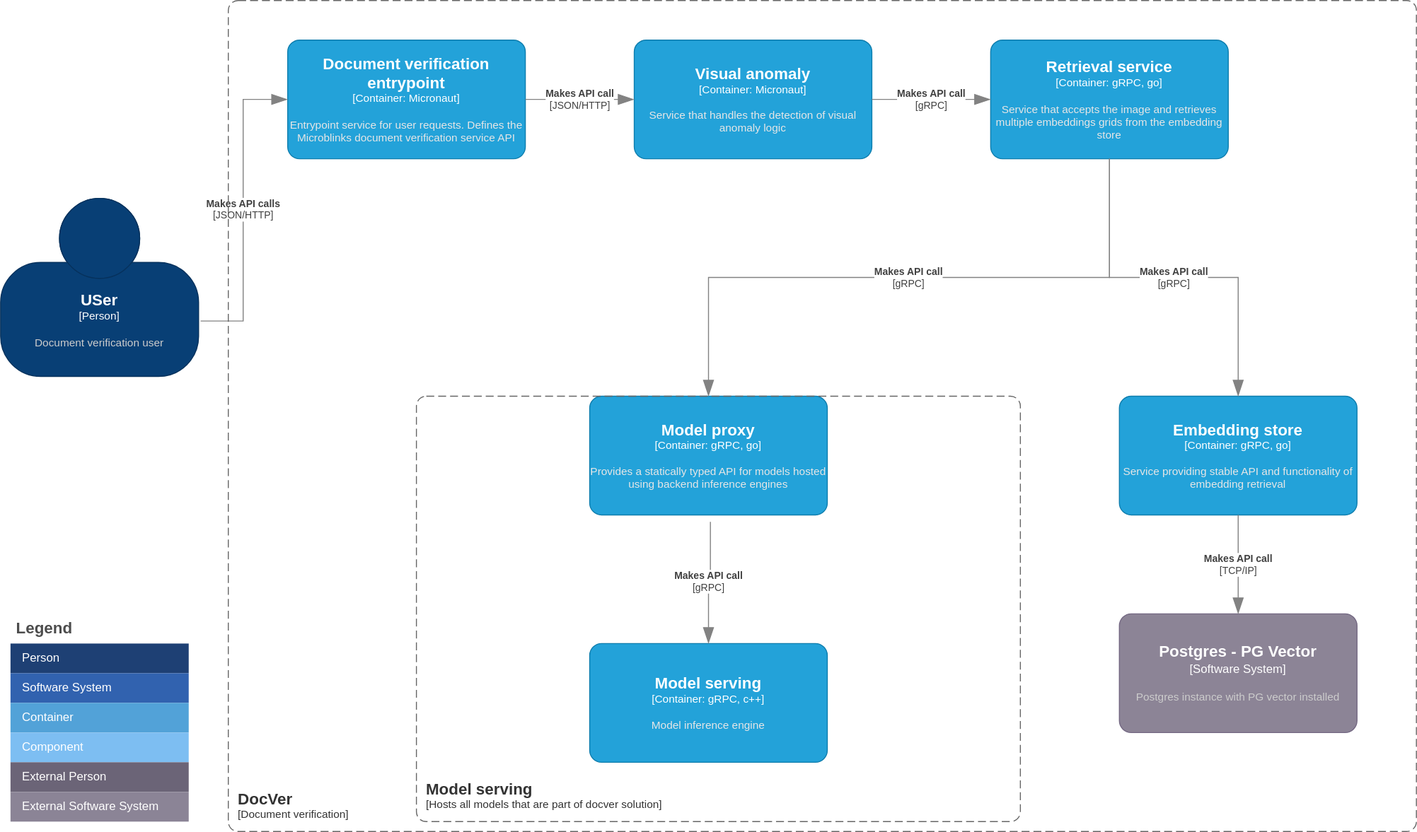
The draw.io diagram helm/doc-ver/docs/docver-deployment.svg in microblink/doc-ver-ops, before a commit. Source tidied: cells renumbered, new cells last; positions are measured from the earlier drawing's top-left corner, leaving out a move shared by most shapes.
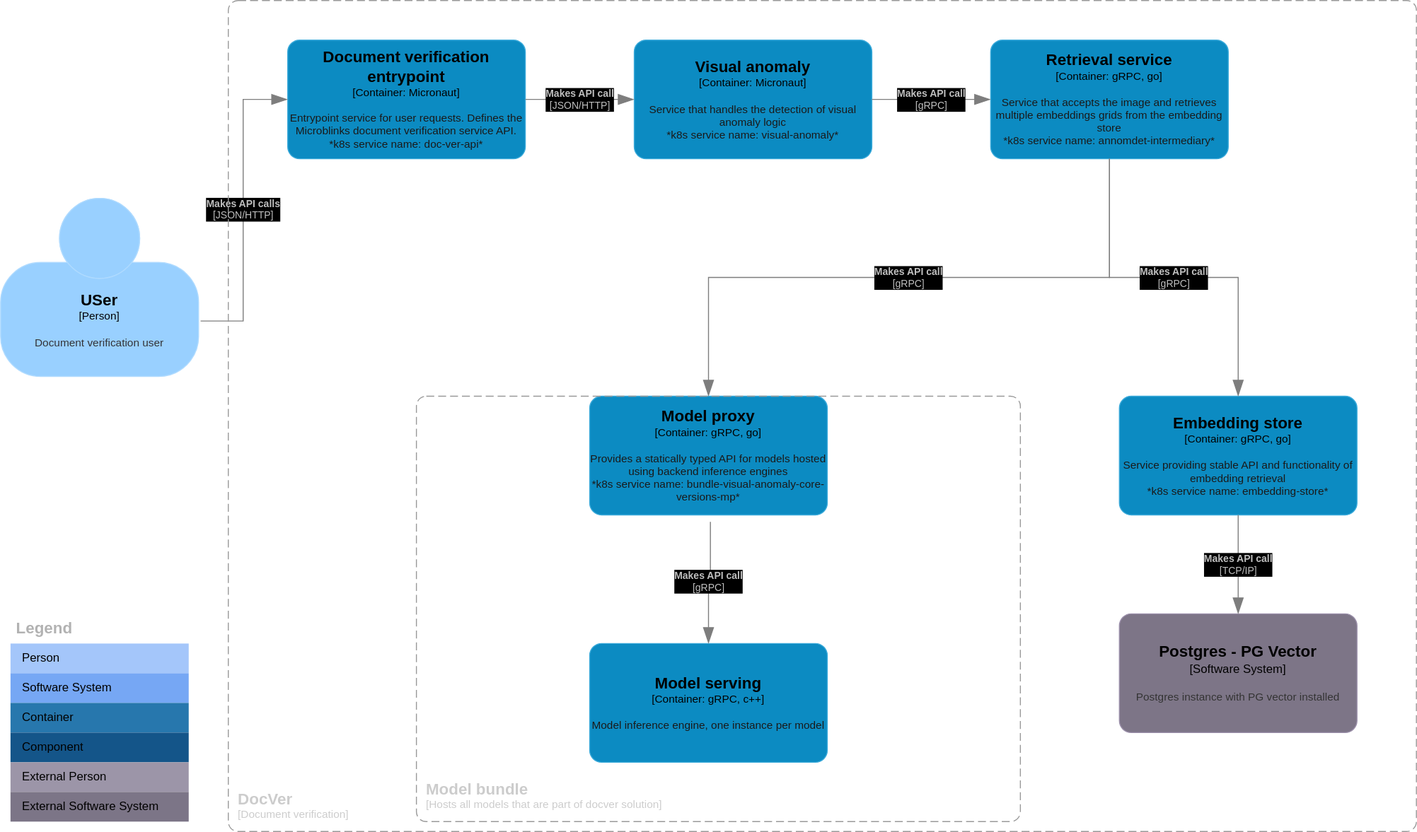
The same diagram one commit later.

Commit message:
update architecture graph

Diff of the diagram source:
```diff
@@ -2,32 +2,32 @@
   <root>
     <mxCell id="0" />
     <mxCell id="1" parent="0" />
-    <object id="2" label="&lt;font style=&quot;font-size: 16px&quot;&gt;&lt;b&gt;%c4Name%&lt;/b&gt;&lt;/font&gt;&lt;div&gt;[%c4Type%: %c4Technology%]&lt;/div&gt;&lt;br&gt;&lt;div&gt;&lt;font style=&quot;font-size: 11px&quot;&gt;&lt;font color=&quot;#E6E6E6&quot;&gt;%c4Description%&lt;/font&gt;&lt;/div&gt;" c4Description="Entrypoint service for user requests. Defines the Microblinks document verification service API" c4Name="Document verification entrypoint" c4Technology="Micronaut" c4Type="Container" placeholders="1">
+    <object id="2" label="&lt;font style=&quot;font-size: 16px&quot;&gt;&lt;b&gt;%c4Name%&lt;/b&gt;&lt;/font&gt;&lt;div&gt;[%c4Type%: %c4Technology%]&lt;/div&gt;&lt;br&gt;&lt;div&gt;&lt;font style=&quot;font-size: 11px&quot;&gt;&lt;font color=&quot;#E6E6E6&quot;&gt;%c4Description%&lt;/font&gt;&lt;/div&gt;" c4Description="Entrypoint service for user requests. Defines the Microblinks document verification service API.&#10;*k8s service name: doc-ver-api*" c4Name="Document verification entrypoint" c4Technology="Micronaut" c4Type="Container" placeholders="1">
       <mxCell style="rounded=1;whiteSpace=wrap;html=1;fontSize=11;labelBackgroundColor=none;fillColor=#23A2D9;fontColor=#ffffff;align=center;arcSize=10;strokeColor=#0E7DAD;points=[[0.25,0,0],[0.5,0,0],[0.75,0,0],[1,0.25,0],[1,0.5,0],[1,0.75,0],[0.75,1,0],[0.5,1,0],[0.25,1,0],[0,0.75,0],[0,0.5,0],[0,0.25,0]];" parent="1" vertex="1">
         <mxGeometry x="290" y="40" width="240" height="120" as="geometry" />
       </mxCell>
     </object>
-    <object id="3" label="&lt;font style=&quot;font-size: 16px&quot;&gt;&lt;b&gt;%c4Name%&lt;/b&gt;&lt;/font&gt;&lt;div&gt;[%c4Type%: %c4Technology%]&lt;/div&gt;&lt;br&gt;&lt;div&gt;&lt;font style=&quot;font-size: 11px&quot;&gt;&lt;font color=&quot;#E6E6E6&quot;&gt;%c4Description%&lt;/font&gt;&lt;/div&gt;" c4Description="Service that handles the detection of visual anomaly logic" c4Name="Visual anomaly" c4Technology="Micronaut" c4Type="Container" placeholders="1">
+    <object id="3" label="&lt;font style=&quot;font-size: 16px&quot;&gt;&lt;b&gt;%c4Name%&lt;/b&gt;&lt;/font&gt;&lt;div&gt;[%c4Type%: %c4Technology%]&lt;/div&gt;&lt;br&gt;&lt;div&gt;&lt;font style=&quot;font-size: 11px&quot;&gt;&lt;font color=&quot;#E6E6E6&quot;&gt;%c4Description%&lt;/font&gt;&lt;/div&gt;" c4Description="Service that handles the detection of visual anomaly logic&#10;*k8s service name: visual-anomaly*" c4Name="Visual anomaly" c4Technology="Micronaut" c4Type="Container" placeholders="1">
       <mxCell style="rounded=1;whiteSpace=wrap;html=1;fontSize=11;labelBackgroundColor=none;fillColor=#23A2D9;fontColor=#ffffff;align=center;arcSize=10;strokeColor=#0E7DAD;points=[[0.25,0,0],[0.5,0,0],[0.75,0,0],[1,0.25,0],[1,0.5,0],[1,0.75,0],[0.75,1,0],[0.5,1,0],[0.25,1,0],[0,0.75,0],[0,0.5,0],[0,0.25,0]];" parent="1" vertex="1">
         <mxGeometry x="640" y="40" width="240" height="120" as="geometry" />
       </mxCell>
     </object>
-    <object id="4" label="&lt;font style=&quot;font-size: 16px&quot;&gt;&lt;b&gt;%c4Name%&lt;/b&gt;&lt;/font&gt;&lt;div&gt;[%c4Type%: %c4Technology%]&lt;/div&gt;&lt;br&gt;&lt;div&gt;&lt;font style=&quot;font-size: 11px&quot;&gt;&lt;font color=&quot;#E6E6E6&quot;&gt;%c4Description%&lt;/font&gt;&lt;/div&gt;" c4Description="Service that accepts the image and retrieves multiple embeddings grids from the embedding store" c4Name="Retrieval service" c4Technology="gRPC, go" c4Type="Container" placeholders="1">
+    <object id="4" label="&lt;font style=&quot;font-size: 16px&quot;&gt;&lt;b&gt;%c4Name%&lt;/b&gt;&lt;/font&gt;&lt;div&gt;[%c4Type%: %c4Technology%]&lt;/div&gt;&lt;br&gt;&lt;div&gt;&lt;font style=&quot;font-size: 11px&quot;&gt;&lt;font color=&quot;#E6E6E6&quot;&gt;%c4Description%&lt;/font&gt;&lt;/div&gt;" c4Description="Service that accepts the image and retrieves multiple embeddings grids from the embedding store&#10;*k8s service name: annomdet-intermediary*" c4Name="Retrieval service" c4Technology="gRPC, go" c4Type="Container" placeholders="1">
       <mxCell style="rounded=1;whiteSpace=wrap;html=1;fontSize=11;labelBackgroundColor=none;fillColor=#23A2D9;fontColor=#ffffff;align=center;arcSize=10;strokeColor=#0E7DAD;points=[[0.25,0,0],[0.5,0,0],[0.75,0,0],[1,0.25,0],[1,0.5,0],[1,0.75,0],[0.75,1,0],[0.5,1,0],[0.25,1,0],[0,0.75,0],[0,0.5,0],[0,0.25,0]];" parent="1" vertex="1">
         <mxGeometry x="1000" y="40" width="240" height="120" as="geometry" />
       </mxCell>
     </object>
-    <object id="5" label="&lt;font style=&quot;font-size: 16px&quot;&gt;&lt;b&gt;%c4Name%&lt;/b&gt;&lt;/font&gt;&lt;div&gt;[%c4Type%: %c4Technology%]&lt;/div&gt;&lt;br&gt;&lt;div&gt;&lt;font style=&quot;font-size: 11px&quot;&gt;&lt;font color=&quot;#E6E6E6&quot;&gt;%c4Description%&lt;/font&gt;&lt;/div&gt;" c4Description="Provides a statically typed API for models hosted using backend inference engines" c4Name="Model proxy" c4Technology="gRPC, go" c4Type="Container" placeholders="1">
+    <object id="5" label="&lt;font style=&quot;font-size: 16px&quot;&gt;&lt;b&gt;%c4Name%&lt;/b&gt;&lt;/font&gt;&lt;div&gt;[%c4Type%: %c4Technology%]&lt;/div&gt;&lt;br&gt;&lt;div&gt;&lt;font style=&quot;font-size: 11px&quot;&gt;&lt;font color=&quot;#E6E6E6&quot;&gt;%c4Description%&lt;/font&gt;&lt;/div&gt;" c4Description="Provides a statically typed API for models hosted using backend inference engines&#10;*k8s service name: bundle-visual-anomaly-core-versions-mp*" c4Name="Model proxy" c4Technology="gRPC, go" c4Type="Container" placeholders="1">
       <mxCell style="rounded=1;whiteSpace=wrap;html=1;fontSize=11;labelBackgroundColor=none;fillColor=#23A2D9;fontColor=#ffffff;align=center;arcSize=10;strokeColor=#0E7DAD;points=[[0.25,0,0],[0.5,0,0],[0.75,0,0],[1,0.25,0],[1,0.5,0],[1,0.75,0],[0.75,1,0],[0.5,1,0],[0.25,1,0],[0,0.75,0],[0,0.5,0],[0,0.25,0]];" parent="1" vertex="1">
         <mxGeometry x="595" y="400" width="240" height="120" as="geometry" />
       </mxCell>
     </object>
-    <object id="6" label="&lt;font style=&quot;font-size: 16px&quot;&gt;&lt;b&gt;&lt;div style=&quot;text-align: left&quot;&gt;%c4Name%&lt;/div&gt;&lt;/b&gt;&lt;/font&gt;&lt;div style=&quot;text-align: left&quot;&gt;[%c4Application%]&lt;/div&gt;" c4Application="Hosts all models that are part of docver solution" c4Name="Model serving" c4Type="SystemScopeBoundary" placeholders="1">
+    <object id="6" label="&lt;font style=&quot;font-size: 16px&quot;&gt;&lt;b&gt;&lt;div style=&quot;text-align: left&quot;&gt;%c4Name%&lt;/div&gt;&lt;/b&gt;&lt;/font&gt;&lt;div style=&quot;text-align: left&quot;&gt;[%c4Application%]&lt;/div&gt;" c4Application="Hosts all models that are part of docver solution" c4Name="Model bundle" c4Type="SystemScopeBoundary" placeholders="1">
       <mxCell style="rounded=1;fontSize=11;whiteSpace=wrap;html=1;dashed=1;arcSize=20;fillColor=none;strokeColor=#666666;fontColor=#333333;labelBackgroundColor=none;align=left;verticalAlign=bottom;labelBorderColor=none;spacingTop=0;spacing=10;dashPattern=8 4;perimeter=rectanglePerimeter;noLabel=0;labelPadding=0;absoluteArcSize=1;" parent="1" vertex="1">
         <mxGeometry x="420" y="400" width="610" height="430" as="geometry" />
       </mxCell>
     </object>
-    <object id="7" label="&lt;font style=&quot;font-size: 16px&quot;&gt;&lt;b&gt;%c4Name%&lt;/b&gt;&lt;/font&gt;&lt;div&gt;[%c4Type%: %c4Technology%]&lt;/div&gt;&lt;br&gt;&lt;div&gt;&lt;font style=&quot;font-size: 11px&quot;&gt;&lt;font color=&quot;#E6E6E6&quot;&gt;%c4Description%&lt;/font&gt;&lt;/div&gt;" c4Description="Service providing stable API and functionality of embedding retrieval" c4Name="Embedding store" c4Technology="gRPC, go" c4Type="Container" placeholders="1">
+    <object id="7" label="&lt;font style=&quot;font-size: 16px&quot;&gt;&lt;b&gt;%c4Name%&lt;/b&gt;&lt;/font&gt;&lt;div&gt;[%c4Type%: %c4Technology%]&lt;/div&gt;&lt;br&gt;&lt;div&gt;&lt;font style=&quot;font-size: 11px&quot;&gt;&lt;font color=&quot;#E6E6E6&quot;&gt;%c4Description%&lt;/font&gt;&lt;/div&gt;" c4Description="Service providing stable API and functionality of embedding retrieval&#10;*k8s service name: embedding-store*" c4Name="Embedding store" c4Technology="gRPC, go" c4Type="Container" placeholders="1">
       <mxCell style="rounded=1;whiteSpace=wrap;html=1;fontSize=11;labelBackgroundColor=none;fillColor=#23A2D9;fontColor=#ffffff;align=center;arcSize=10;strokeColor=#0E7DAD;points=[[0.25,0,0],[0.5,0,0],[0.75,0,0],[1,0.25,0],[1,0.5,0],[1,0.75,0],[0.75,1,0],[0.5,1,0],[0.25,1,0],[0,0.75,0],[0,0.5,0],[0,0.25,0]];" parent="1" vertex="1">
         <mxGeometry x="1130" y="400" width="240" height="120" as="geometry" />
       </mxCell>
@@ -62,7 +62,7 @@
         <mxGeometry relative="1" as="geometry" />
       </mxCell>
     </object>
-    <object id="14" label="&lt;font style=&quot;font-size: 16px&quot;&gt;&lt;b&gt;%c4Name%&lt;/b&gt;&lt;/font&gt;&lt;div&gt;[%c4Type%: %c4Technology%]&lt;/div&gt;&lt;br&gt;&lt;div&gt;&lt;font style=&quot;font-size: 11px&quot;&gt;&lt;font color=&quot;#E6E6E6&quot;&gt;%c4Description%&lt;/font&gt;&lt;/div&gt;" c4Description="Model inference engine" c4Name="Model serving" c4Technology="gRPC, c++" c4Type="Container" placeholders="1">
+    <object id="14" label="&lt;font style=&quot;font-size: 16px&quot;&gt;&lt;b&gt;%c4Name%&lt;/b&gt;&lt;/font&gt;&lt;div&gt;[%c4Type%: %c4Technology%]&lt;/div&gt;&lt;br&gt;&lt;div&gt;&lt;font style=&quot;font-size: 11px&quot;&gt;&lt;font color=&quot;#E6E6E6&quot;&gt;%c4Description%&lt;/font&gt;&lt;/div&gt;" c4Description="Model inference engine, one instance per model" c4Name="Model serving" c4Technology="gRPC, c++" c4Type="Container" placeholders="1">
       <mxCell style="rounded=1;whiteSpace=wrap;html=1;fontSize=11;labelBackgroundColor=none;fillColor=#23A2D9;fontColor=#ffffff;align=center;arcSize=10;strokeColor=#0E7DAD;points=[[0.25,0,0],[0.5,0,0],[0.75,0,0],[1,0.25,0],[1,0.5,0],[1,0.75,0],[0.75,1,0],[0.5,1,0],[0.25,1,0],[0,0.75,0],[0,0.5,0],[0,0.25,0]];" parent="1" vertex="1">
         <mxGeometry x="595" y="650" width="240" height="120" as="geometry" />
       </mxCell>
```
